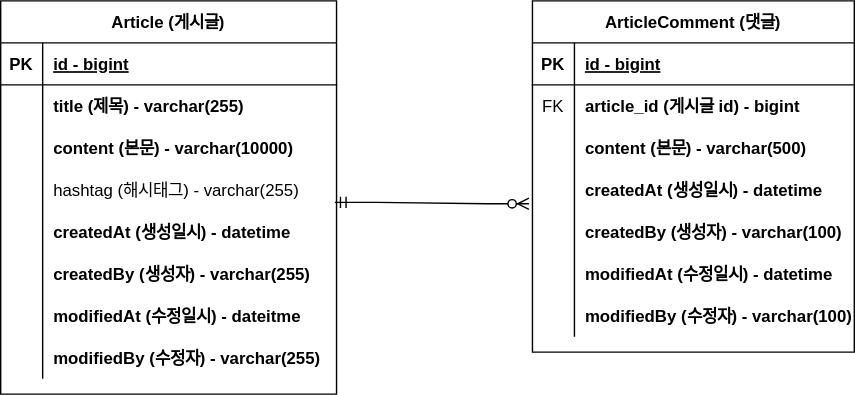
KyungSoo-Han/project-board keeps this draw.io diagram as document/project-board-erd.svg. Above is the earlier version. Source tidied: cells renumbered, new cells last; positions are measured from the earlier drawing's top-left corner, leaving out a move shared by most shapes.
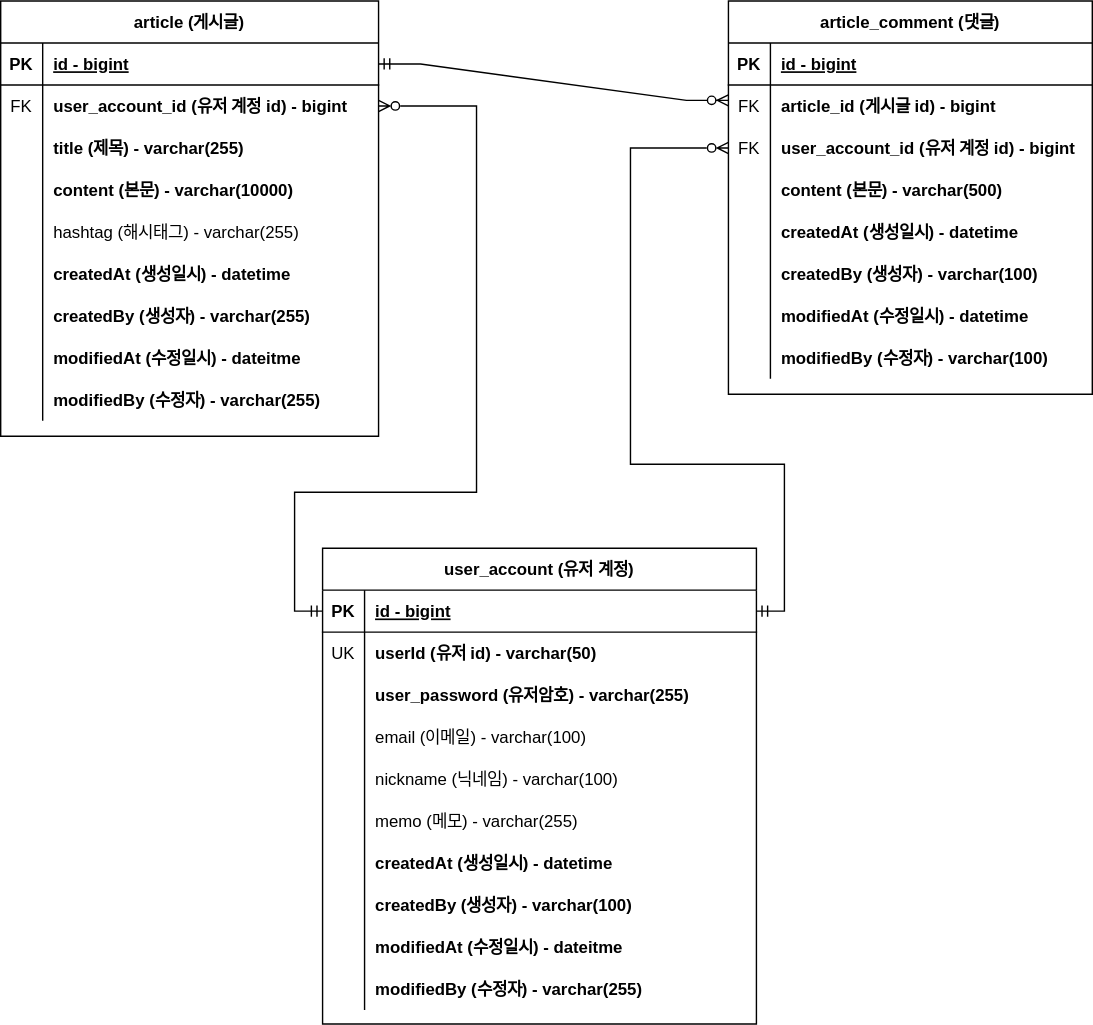
After the commit.

Commit message:
#entity-update - 유저엔티티 추가 및 연관관계 매핑 project-board-erd.svg

The edit, as a diff of the source:
```diff
@@ -4,7 +4,7 @@
     <mxCell id="1" parent="0" />
-    <mxCell id="2" value="Article (게시글)" style="shape=table;startSize=30;rowLines=0;fontStyle=1;align=center;" parent="1" vertex="1">
-      <mxGeometry width="240" height="281" as="geometry" />
+    <mxCell id="2" value="article (게시글)" style="shape=table;startSize=30;rowLines=0;fontStyle=1;align=center;" parent="1" vertex="1">
+      <mxGeometry x="-30" width="270" height="311" as="geometry" />
     </mxCell>
     <mxCell id="3" style="shape=partialRectangle;fillColor=none;points=[[0,0.5],[1,0.5]];portConstraint=eastwest;top=0;left=0;right=0;bottom=1;" parent="2" vertex="1">
-      <mxGeometry y="30" width="240" height="30" as="geometry" />
+      <mxGeometry y="30" width="270" height="30" as="geometry" />
     </mxCell>
@@ -14,6 +14,15 @@
     <mxCell id="5" value="id - bigint" style="shape=partialRectangle;overflow=hidden;fillColor=none;top=0;left=0;bottom=0;right=0;align=left;spacingLeft=6;fontStyle=5;" parent="3" vertex="1">
-      <mxGeometry x="30" width="210" height="30" as="geometry" />
+      <mxGeometry x="30" width="240" height="30" as="geometry" />
     </mxCell>
+    <mxCell id="50" style="shape=partialRectangle;fillColor=none;points=[[0,0.5],[1,0.5]];portConstraint=eastwest;top=0;left=0;right=0;bottom=0;" parent="2" vertex="1">
+      <mxGeometry y="60" width="270" height="30" as="geometry" />
+    </mxCell>
+    <mxCell id="51" value="FK" style="shape=partialRectangle;overflow=hidden;fillColor=none;top=0;left=0;bottom=0;right=0;" parent="50" vertex="1">
+      <mxGeometry width="30" height="30" as="geometry" />
+    </mxCell>
+    <mxCell id="52" value="user_account_id (유저 계정 id) - bigint" style="shape=partialRectangle;overflow=hidden;fillColor=none;top=0;left=0;bottom=0;right=0;align=left;spacingLeft=6;fontStyle=1;" parent="50" vertex="1">
+      <mxGeometry x="30" width="240" height="30" as="geometry" />
+    </mxCell>
     <mxCell id="6" style="shape=partialRectangle;fillColor=none;top=0;left=0;right=0;bottom=0;" parent="2" vertex="1">
-      <mxGeometry y="60" width="240" height="30" as="geometry" />
+      <mxGeometry y="90" width="270" height="30" as="geometry" />
     </mxCell>
@@ -23,6 +32,6 @@
     <mxCell id="8" value="title (제목) - varchar(255)" style="shape=partialRectangle;overflow=hidden;fillColor=none;top=0;left=0;bottom=0;right=0;align=left;spacingLeft=6;fontStyle=1;" parent="6" vertex="1">
-      <mxGeometry x="30" width="210" height="30" as="geometry" />
+      <mxGeometry x="30" width="240" height="30" as="geometry" />
     </mxCell>
     <mxCell id="9" style="shape=partialRectangle;fillColor=none;top=0;left=0;right=0;bottom=0;" parent="2" vertex="1">
-      <mxGeometry y="90" width="240" height="30" as="geometry" />
+      <mxGeometry y="120" width="270" height="30" as="geometry" />
     </mxCell>
@@ -32,6 +41,6 @@
     <mxCell id="11" value="content (본문) - varchar(10000)" style="shape=partialRectangle;overflow=hidden;fillColor=none;top=0;left=0;bottom=0;right=0;align=left;spacingLeft=6;fontStyle=1;" parent="9" vertex="1">
-      <mxGeometry x="30" width="210" height="30" as="geometry" />
+      <mxGeometry x="30" width="240" height="30" as="geometry" />
     </mxCell>
     <mxCell id="12" style="shape=partialRectangle;fillColor=none;points=[[0,0.5],[1,0.5]];portConstraint=eastwest;top=0;left=0;right=0;bottom=0;" parent="2" vertex="1">
-      <mxGeometry y="120" width="240" height="30" as="geometry" />
+      <mxGeometry y="150" width="270" height="30" as="geometry" />
     </mxCell>
@@ -41,6 +50,6 @@
     <mxCell id="14" value="hashtag (해시태그) - varchar(255)" style="shape=partialRectangle;overflow=hidden;fillColor=none;top=0;left=0;bottom=0;right=0;align=left;spacingLeft=6;" parent="12" vertex="1">
-      <mxGeometry x="30" width="210" height="30" as="geometry" />
+      <mxGeometry x="30" width="240" height="30" as="geometry" />
     </mxCell>
     <mxCell id="15" style="shape=partialRectangle;fillColor=none;top=0;left=0;right=0;bottom=0;" parent="2" vertex="1">
-      <mxGeometry y="150" width="240" height="30" as="geometry" />
+      <mxGeometry y="180" width="270" height="30" as="geometry" />
     </mxCell>
@@ -50,6 +59,6 @@
     <mxCell id="17" value="createdAt (생성일시) - datetime" style="shape=partialRectangle;overflow=hidden;fillColor=none;top=0;left=0;bottom=0;right=0;align=left;spacingLeft=6;fontStyle=1;" parent="15" vertex="1">
-      <mxGeometry x="30" width="210" height="30" as="geometry" />
+      <mxGeometry x="30" width="240" height="30" as="geometry" />
     </mxCell>
     <mxCell id="18" style="shape=partialRectangle;fillColor=none;top=0;left=0;right=0;bottom=0;" parent="2" vertex="1">
-      <mxGeometry y="180" width="240" height="30" as="geometry" />
+      <mxGeometry y="210" width="270" height="30" as="geometry" />
     </mxCell>
@@ -59,6 +68,6 @@
     <mxCell id="20" value="createdBy (생성자) - varchar(255)" style="shape=partialRectangle;overflow=hidden;fillColor=none;top=0;left=0;bottom=0;right=0;align=left;spacingLeft=6;fontStyle=1;" parent="18" vertex="1">
-      <mxGeometry x="30" width="210" height="30" as="geometry" />
+      <mxGeometry x="30" width="240" height="30" as="geometry" />
     </mxCell>
     <mxCell id="21" style="shape=partialRectangle;fillColor=none;top=0;left=0;right=0;bottom=0;" parent="2" vertex="1">
-      <mxGeometry y="210" width="240" height="30" as="geometry" />
+      <mxGeometry y="240" width="270" height="30" as="geometry" />
     </mxCell>
@@ -68,6 +77,6 @@
     <mxCell id="23" value="modifiedAt (수정일시) - dateitme" style="shape=partialRectangle;overflow=hidden;fillColor=none;top=0;left=0;bottom=0;right=0;align=left;spacingLeft=6;fontStyle=1;" parent="21" vertex="1">
-      <mxGeometry x="30" width="210" height="30" as="geometry" />
+      <mxGeometry x="30" width="240" height="30" as="geometry" />
     </mxCell>
     <mxCell id="24" style="shape=partialRectangle;fillColor=none;top=0;left=0;right=0;bottom=0;" parent="2" vertex="1">
-      <mxGeometry y="240" width="240" height="30" as="geometry" />
+      <mxGeometry y="270" width="270" height="30" as="geometry" />
     </mxCell>
@@ -77,9 +86,9 @@
     <mxCell id="26" value="modifiedBy (수정자) - varchar(255)" style="shape=partialRectangle;overflow=hidden;fillColor=none;top=0;left=0;bottom=0;right=0;align=left;spacingLeft=6;fontStyle=1;" parent="24" vertex="1">
-      <mxGeometry x="30" width="210" height="30" as="geometry" />
+      <mxGeometry x="30" width="240" height="30" as="geometry" />
     </mxCell>
-    <mxCell id="27" value="ArticleComment (댓글)" style="shape=table;startSize=30;rowLines=0;fontStyle=1;align=center;" parent="1" vertex="1">
-      <mxGeometry x="380" width="230" height="251" as="geometry" />
+    <mxCell id="27" value="article_comment (댓글)" style="shape=table;startSize=30;rowLines=0;fontStyle=1;align=center;" parent="1" vertex="1">
+      <mxGeometry x="490" width="260" height="281" as="geometry" />
     </mxCell>
     <mxCell id="28" style="shape=partialRectangle;fillColor=none;top=0;left=0;right=0;bottom=1;" parent="27" vertex="1">
-      <mxGeometry y="30" width="230" height="30" as="geometry" />
+      <mxGeometry y="30" width="260" height="30" as="geometry" />
     </mxCell>
@@ -89,6 +98,6 @@
     <mxCell id="30" value="id - bigint" style="shape=partialRectangle;overflow=hidden;fillColor=none;top=0;left=0;bottom=0;right=0;align=left;spacingLeft=6;fontStyle=5;" parent="28" vertex="1">
-      <mxGeometry x="30" width="200" height="30" as="geometry" />
+      <mxGeometry x="30" width="230" height="30" as="geometry" />
     </mxCell>
     <mxCell id="31" style="shape=partialRectangle;fillColor=none;top=0;left=0;right=0;bottom=0;" parent="27" vertex="1">
-      <mxGeometry y="60" width="230" height="30" as="geometry" />
+      <mxGeometry y="60" width="260" height="30" as="geometry" />
     </mxCell>
@@ -98,6 +107,15 @@
     <mxCell id="33" value="article_id (게시글 id) - bigint" style="shape=partialRectangle;overflow=hidden;fillColor=none;top=0;left=0;bottom=0;right=0;align=left;spacingLeft=6;fontStyle=1;" parent="31" vertex="1">
-      <mxGeometry x="30" width="200" height="30" as="geometry" />
+      <mxGeometry x="30" width="230" height="30" as="geometry" />
     </mxCell>
+    <mxCell id="53" style="shape=partialRectangle;fillColor=none;points=[[0,0.5],[1,0.5]];portConstraint=eastwest;top=0;left=0;right=0;bottom=0;" parent="27" vertex="1">
+      <mxGeometry y="90" width="260" height="30" as="geometry" />
+    </mxCell>
+    <mxCell id="54" value="FK" style="shape=partialRectangle;overflow=hidden;fillColor=none;top=0;left=0;bottom=0;right=0;" parent="53" vertex="1">
+      <mxGeometry width="30" height="30" as="geometry" />
+    </mxCell>
+    <mxCell id="55" value="user_account_id (유저 계정 id) - bigint" style="shape=partialRectangle;overflow=hidden;fillColor=none;top=0;left=0;bottom=0;right=0;align=left;spacingLeft=6;fontStyle=1;" parent="53" vertex="1">
+      <mxGeometry x="30" width="230" height="30" as="geometry" />
+    </mxCell>
     <mxCell id="34" style="shape=partialRectangle;fillColor=none;top=0;left=0;right=0;bottom=0;" parent="27" vertex="1">
-      <mxGeometry y="90" width="230" height="30" as="geometry" />
+      <mxGeometry y="120" width="260" height="30" as="geometry" />
     </mxCell>
@@ -107,6 +125,6 @@
     <mxCell id="36" value="content (본문) - varchar(500)" style="shape=partialRectangle;overflow=hidden;fillColor=none;top=0;left=0;bottom=0;right=0;align=left;spacingLeft=6;fontStyle=1;" parent="34" vertex="1">
-      <mxGeometry x="30" width="200" height="30" as="geometry" />
+      <mxGeometry x="30" width="230" height="30" as="geometry" />
     </mxCell>
     <mxCell id="37" style="shape=partialRectangle;fillColor=none;points=[[0,0.5],[1,0.5]];portConstraint=eastwest;top=0;left=0;right=0;bottom=0;" parent="27" vertex="1">
-      <mxGeometry y="120" width="230" height="30" as="geometry" />
+      <mxGeometry y="150" width="260" height="30" as="geometry" />
     </mxCell>
@@ -116,6 +134,6 @@
     <mxCell id="39" value="createdAt (생성일시) - datetime" style="shape=partialRectangle;overflow=hidden;fillColor=none;top=0;left=0;bottom=0;right=0;align=left;spacingLeft=6;fontStyle=1;" parent="37" vertex="1">
-      <mxGeometry x="30" width="200" height="30" as="geometry" />
+      <mxGeometry x="30" width="230" height="30" as="geometry" />
     </mxCell>
     <mxCell id="40" style="shape=partialRectangle;fillColor=none;top=0;left=0;right=0;bottom=0;" parent="27" vertex="1">
-      <mxGeometry y="150" width="230" height="30" as="geometry" />
+      <mxGeometry y="180" width="260" height="30" as="geometry" />
     </mxCell>
@@ -125,6 +143,6 @@
     <mxCell id="42" value="createdBy (생성자) - varchar(100)" style="shape=partialRectangle;overflow=hidden;fillColor=none;top=0;left=0;bottom=0;right=0;align=left;spacingLeft=6;fontStyle=1;" parent="40" vertex="1">
-      <mxGeometry x="30" width="200" height="30" as="geometry" />
+      <mxGeometry x="30" width="230" height="30" as="geometry" />
     </mxCell>
     <mxCell id="43" style="shape=partialRectangle;fillColor=none;top=0;left=0;right=0;bottom=0;" parent="27" vertex="1">
-      <mxGeometry y="180" width="230" height="30" as="geometry" />
+      <mxGeometry y="210" width="260" height="30" as="geometry" />
     </mxCell>
@@ -134,6 +152,6 @@
     <mxCell id="45" value="modifiedAt (수정일시) - datetime" style="shape=partialRectangle;overflow=hidden;fillColor=none;top=0;left=0;bottom=0;right=0;align=left;spacingLeft=6;fontStyle=1;" parent="43" vertex="1">
-      <mxGeometry x="30" width="200" height="30" as="geometry" />
+      <mxGeometry x="30" width="230" height="30" as="geometry" />
     </mxCell>
     <mxCell id="46" style="shape=partialRectangle;fillColor=none;top=0;left=0;right=0;bottom=0;" parent="27" vertex="1">
-      <mxGeometry y="210" width="230" height="30" as="geometry" />
+      <mxGeometry y="240" width="260" height="30" as="geometry" />
     </mxCell>
@@ -143,7 +161,122 @@
     <mxCell id="48" value="modifiedBy (수정자) - varchar(100)" style="shape=partialRectangle;overflow=hidden;fillColor=none;top=0;left=0;bottom=0;right=0;align=left;spacingLeft=6;fontStyle=1;" parent="46" vertex="1">
-      <mxGeometry x="30" width="200" height="30" as="geometry" />
+      <mxGeometry x="30" width="230" height="30" as="geometry" />
     </mxCell>
-    <mxCell id="49" style="edgeStyle=entityRelationEdgeStyle;fontSize=12;html=1;endArrow=ERzeroToMany;startArrow=ERmandOne;rounded=0;exitX=0.995;exitY=0.8;exitDx=0;exitDy=0;exitPerimeter=0;entryX=-0.011;entryY=0.833;entryDx=0;entryDy=0;entryPerimeter=0;" parent="1" edge="1" source="12" target="37">
-      <mxGeometry relative="1" as="geometry" />
+    <mxCell id="49" style="edgeStyle=entityRelationEdgeStyle;fontSize=12;html=1;endArrow=ERzeroToMany;startArrow=ERmandOne;rounded=0;exitX=1;exitY=0.5;exitDx=0;exitDy=0;" parent="1" edge="1" source="3">
+      <mxGeometry relative="1" as="geometry">
+        <mxPoint x="490" y="71" as="targetPoint" />
+      </mxGeometry>
     </mxCell>
+    <mxCell id="56" value="user_account (유저 계정)" style="shape=table;startSize=30;rowLines=0;fontStyle=1;align=center;" parent="1" vertex="1">
+      <mxGeometry x="200" y="391" width="310" height="340" as="geometry" />
+    </mxCell>
+    <mxCell id="57" style="shape=partialRectangle;fillColor=none;points=[[0,0.5],[1,0.5]];portConstraint=eastwest;top=0;left=0;right=0;bottom=1;" parent="56" vertex="1">
+      <mxGeometry y="30" width="310" height="30" as="geometry" />
+    </mxCell>
+    <mxCell id="58" value="PK" style="shape=partialRectangle;overflow=hidden;fillColor=none;top=0;left=0;bottom=0;right=0;fontStyle=1;" parent="57" vertex="1">
+      <mxGeometry width="30" height="30" as="geometry" />
+    </mxCell>
+    <mxCell id="59" value="id - bigint" style="shape=partialRectangle;overflow=hidden;fillColor=none;top=0;left=0;bottom=0;right=0;align=left;spacingLeft=6;fontStyle=5;" parent="57" vertex="1">
+      <mxGeometry x="30" width="280" height="30" as="geometry" />
+    </mxCell>
+    <mxCell id="60" style="shape=partialRectangle;fillColor=none;top=0;left=0;right=0;bottom=0;" parent="56" vertex="1">
+      <mxGeometry y="60" width="310" height="30" as="geometry" />
+    </mxCell>
+    <mxCell id="61" value="UK" style="shape=partialRectangle;overflow=hidden;fillColor=none;top=0;left=0;bottom=0;right=0;" parent="60" vertex="1">
+      <mxGeometry width="30" height="30" as="geometry" />
+    </mxCell>
+    <mxCell id="62" value="userId (유저 id) - varchar(50)" style="shape=partialRectangle;overflow=hidden;fillColor=none;top=0;left=0;bottom=0;right=0;align=left;spacingLeft=6;fontStyle=1;" parent="60" vertex="1">
+      <mxGeometry x="30" width="280" height="30" as="geometry" />
+    </mxCell>
+    <mxCell id="63" style="shape=partialRectangle;fillColor=none;top=0;left=0;right=0;bottom=0;" parent="56" vertex="1">
+      <mxGeometry y="90" width="310" height="30" as="geometry" />
+    </mxCell>
+    <mxCell id="64" style="shape=partialRectangle;overflow=hidden;fillColor=none;top=0;left=0;bottom=0;right=0;" parent="63" vertex="1">
+      <mxGeometry width="30" height="30" as="geometry" />
+    </mxCell>
+    <mxCell id="65" value="user_password (유저암호) - varchar(255)" style="shape=partialRectangle;overflow=hidden;fillColor=none;top=0;left=0;bottom=0;right=0;align=left;spacingLeft=6;fontStyle=1;" parent="63" vertex="1">
+      <mxGeometry x="30" width="280" height="30" as="geometry" />
+    </mxCell>
+    <mxCell id="66" style="shape=partialRectangle;fillColor=none;top=0;left=0;right=0;bottom=0;" parent="56" vertex="1">
+      <mxGeometry y="120" width="310" height="30" as="geometry" />
+    </mxCell>
+    <mxCell id="67" style="shape=partialRectangle;overflow=hidden;fillColor=none;top=0;left=0;bottom=0;right=0;" parent="66" vertex="1">
+      <mxGeometry width="30" height="30" as="geometry" />
+    </mxCell>
+    <mxCell id="68" value="email (이메일) - varchar(100)" style="shape=partialRectangle;overflow=hidden;fillColor=none;top=0;left=0;bottom=0;right=0;align=left;spacingLeft=6;" parent="66" vertex="1">
+      <mxGeometry x="30" width="280" height="30" as="geometry" />
+    </mxCell>
+    <mxCell id="69" style="shape=partialRectangle;fillColor=none;top=0;left=0;right=0;bottom=0;" parent="56" vertex="1">
+      <mxGeometry y="150" width="310" height="30" as="geometry" />
+    </mxCell>
+    <mxCell id="70" style="shape=partialRectangle;overflow=hidden;fillColor=none;top=0;left=0;bottom=0;right=0;" parent="69" vertex="1">
+      <mxGeometry width="30" height="30" as="geometry" />
+    </mxCell>
+    <mxCell id="71" value="nickname (닉네임) - varchar(100)" style="shape=partialRectangle;overflow=hidden;fillColor=none;top=0;left=0;bottom=0;right=0;align=left;spacingLeft=6;fontStyle=0;" parent="69" vertex="1">
+      <mxGeometry x="30" width="280" height="30" as="geometry" />
+    </mxCell>
+    <mxCell id="72" style="shape=partialRectangle;fillColor=none;top=0;left=0;right=0;bottom=0;" parent="56" vertex="1">
+      <mxGeometry y="180" width="310" height="30" as="geometry" />
+    </mxCell>
+    <mxCell id="73" style="shape=partialRectangle;overflow=hidden;fillColor=none;top=0;left=0;bottom=0;right=0;" parent="72" vertex="1">
+      <mxGeometry width="30" height="30" as="geometry" />
+    </mxCell>
+    <mxCell id="74" value="memo (메모) - varchar(255)" style="shape=partialRectangle;overflow=hidden;fillColor=none;top=0;left=0;bottom=0;right=0;align=left;spacingLeft=6;fontStyle=0;" parent="72" vertex="1">
+      <mxGeometry x="30" width="280" height="30" as="geometry" />
+    </mxCell>
+    <mxCell id="75" style="shape=partialRectangle;fillColor=none;top=0;left=0;right=0;bottom=0;" parent="56" vertex="1">
+      <mxGeometry y="210" width="310" height="30" as="geometry" />
+    </mxCell>
+    <mxCell id="76" style="shape=partialRectangle;overflow=hidden;fillColor=none;top=0;left=0;bottom=0;right=0;" parent="75" vertex="1">
+      <mxGeometry width="30" height="30" as="geometry" />
+    </mxCell>
+    <mxCell id="77" value="createdAt (생성일시) - datetime" style="shape=partialRectangle;overflow=hidden;fillColor=none;top=0;left=0;bottom=0;right=0;align=left;spacingLeft=6;fontStyle=1;" parent="75" vertex="1">
+      <mxGeometry x="30" width="280" height="30" as="geometry" />
+    </mxCell>
+    <mxCell id="78" style="shape=partialRectangle;fillColor=none;top=0;left=0;right=0;bottom=0;" parent="56" vertex="1">
+      <mxGeometry y="240" width="310" height="30" as="geometry" />
+    </mxCell>
+    <mxCell id="79" style="shape=partialRectangle;overflow=hidden;fillColor=none;top=0;left=0;bottom=0;right=0;" parent="78" vertex="1">
+      <mxGeometry width="30" height="30" as="geometry" />
+    </mxCell>
+    <mxCell id="80" value="createdBy (생성자) - varchar(100)" style="shape=partialRectangle;overflow=hidden;fillColor=none;top=0;left=0;bottom=0;right=0;align=left;spacingLeft=6;fontStyle=1;" parent="78" vertex="1">
+      <mxGeometry x="30" width="280" height="30" as="geometry" />
+    </mxCell>
+    <mxCell id="81" style="shape=partialRectangle;fillColor=none;top=0;left=0;right=0;bottom=0;" parent="56" vertex="1">
+      <mxGeometry y="270" width="310" height="30" as="geometry" />
+    </mxCell>
+    <mxCell id="82" style="shape=partialRectangle;overflow=hidden;fillColor=none;top=0;left=0;bottom=0;right=0;" parent="81" vertex="1">
+      <mxGeometry width="30" height="30" as="geometry" />
+    </mxCell>
+    <mxCell id="83" value="modifiedAt (수정일시) - dateitme" style="shape=partialRectangle;overflow=hidden;fillColor=none;top=0;left=0;bottom=0;right=0;align=left;spacingLeft=6;fontStyle=1;" parent="81" vertex="1">
+      <mxGeometry x="30" width="280" height="30" as="geometry" />
+    </mxCell>
+    <mxCell id="84" style="shape=partialRectangle;fillColor=none;top=0;left=0;right=0;bottom=0;" parent="56" vertex="1">
+      <mxGeometry y="300" width="310" height="30" as="geometry" />
+    </mxCell>
+    <mxCell id="85" style="shape=partialRectangle;overflow=hidden;fillColor=none;top=0;left=0;bottom=0;right=0;" parent="84" vertex="1">
+      <mxGeometry width="30" height="30" as="geometry" />
+    </mxCell>
+    <mxCell id="86" value="modifiedBy (수정자) - varchar(255)" style="shape=partialRectangle;overflow=hidden;fillColor=none;top=0;left=0;bottom=0;right=0;align=left;spacingLeft=6;fontStyle=1;" parent="84" vertex="1">
+      <mxGeometry x="30" width="280" height="30" as="geometry" />
+    </mxCell>
+    <mxCell id="87" style="edgeStyle=orthogonalEdgeStyle;rounded=0;jettySize=auto;html=1;exitX=1;exitY=0.5;exitDx=0;exitDy=0;entryX=0;entryY=0.5;entryDx=0;entryDy=0;startArrow=ERzeroToMany;startFill=0;endArrow=ERmandOne;endFill=0;" parent="1" edge="1" source="50" target="57">
+      <mxGeometry relative="1" as="geometry">
+        <Array as="points">
+          <mxPoint x="310" y="75" />
+          <mxPoint x="310" y="351" />
+          <mxPoint x="180" y="351" />
+          <mxPoint x="180" y="436" />
+        </Array>
+      </mxGeometry>
+    </mxCell>
+    <mxCell id="88" style="edgeStyle=orthogonalEdgeStyle;rounded=0;jettySize=auto;html=1;entryX=1;entryY=0.5;entryDx=0;entryDy=0;startArrow=ERzeroToMany;startFill=0;endArrow=ERmandOne;endFill=0;" parent="1" edge="1" source="53" target="57">
+      <mxGeometry relative="1" as="geometry">
+        <Array as="points">
+          <mxPoint x="420" y="105" />
+          <mxPoint x="420" y="331" />
+          <mxPoint x="530" y="331" />
+          <mxPoint x="530" y="436" />
+        </Array>
+      </mxGeometry>
+    </mxCell>
   </root>
```
